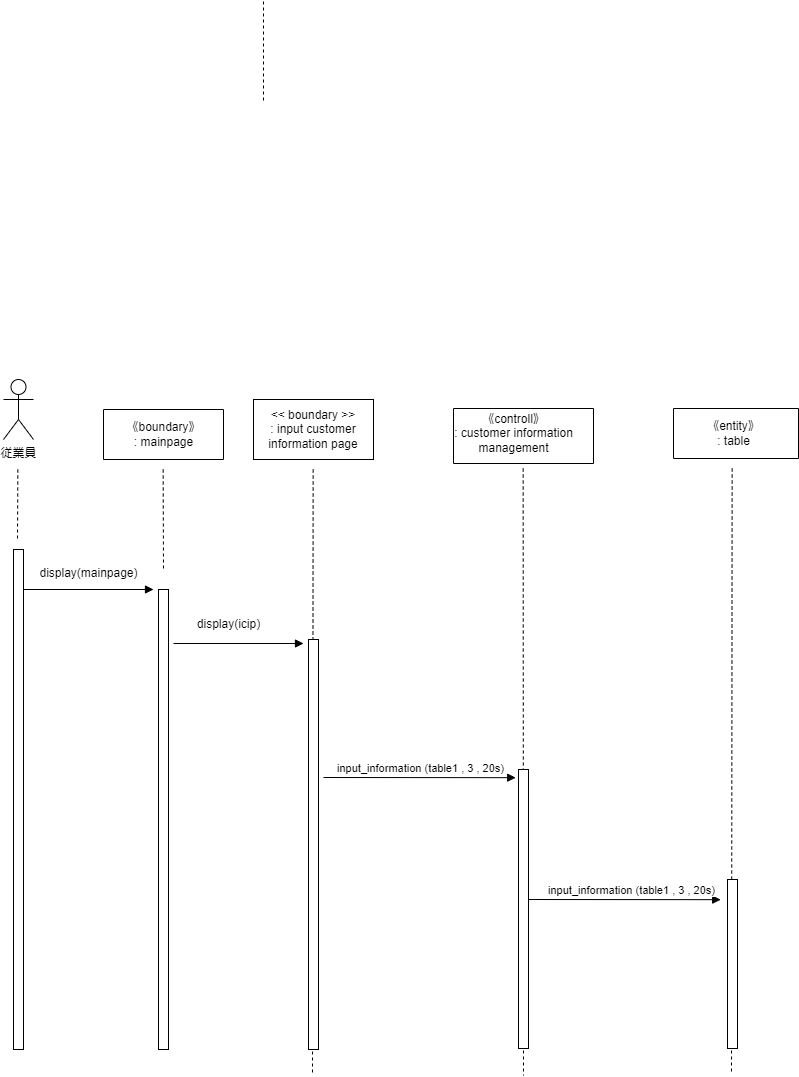
The draw.io diagram psp4/シーケンス図/シーケンス図_新規客.drawio.png in MasakiHiguchi/---, before a commit. Source tidied: cells renumbered, new cells last; positions are measured from the earlier drawing's top-left corner, leaving out a move shared by most shapes.
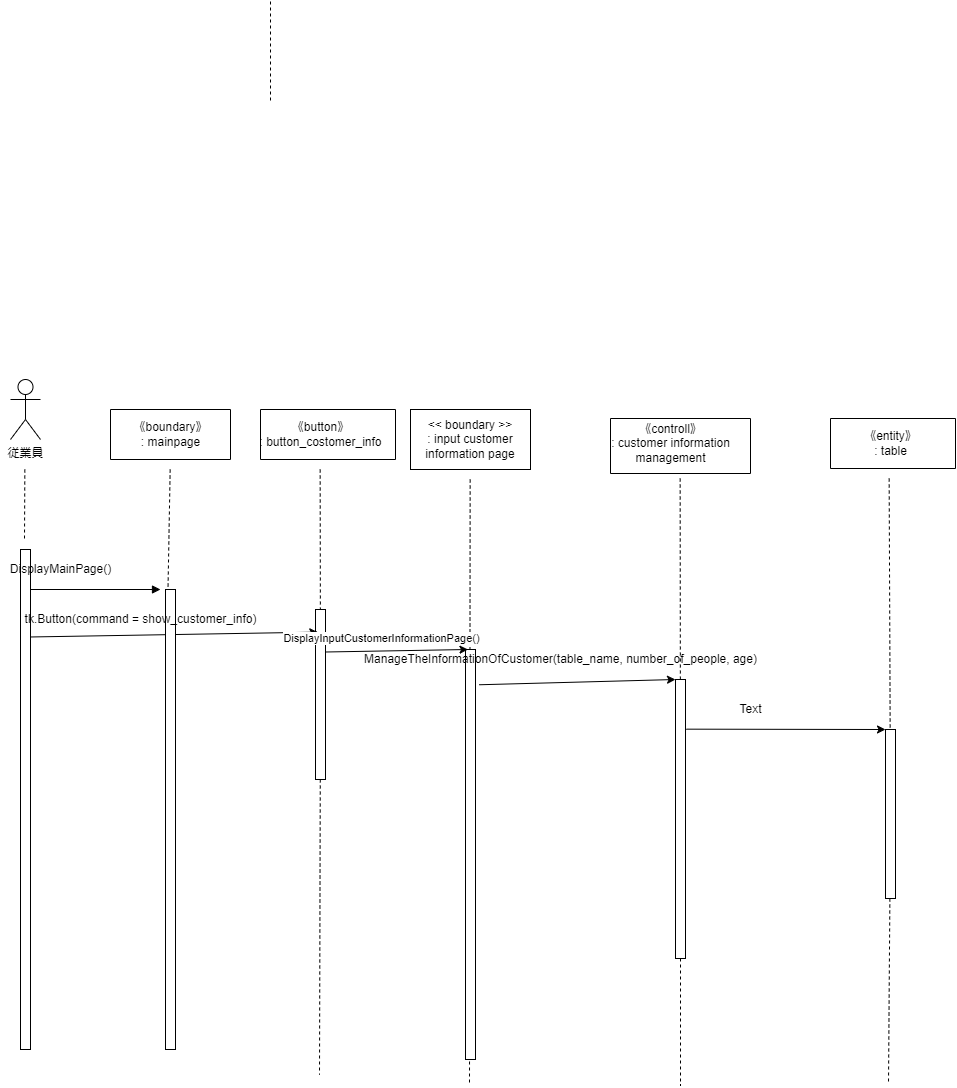
The same file after the commit.

Diff of the diagram source:
```diff
@@ -2,6 +2,9 @@
   <root>
     <mxCell id="0" />
     <mxCell id="1" parent="0" />
+    <mxCell id="29" style="rounded=0;whiteSpace=wrap;html=1;" parent="1" vertex="1">
+      <mxGeometry x="305" y="609" width="10" height="170" as="geometry" />
+    </mxCell>
     <mxCell id="2" style="endArrow=none;dashed=1;html=1;" parent="1" edge="1">
       <mxGeometry relative="1" as="geometry">
         <mxPoint x="260" y="100" as="sourcePoint" />
@@ -9,7 +12,7 @@
       </mxGeometry>
     </mxCell>
     <mxCell id="3" value="&amp;lt;&amp;lt; boundary &amp;gt;&amp;gt;&lt;br&gt;: input customer information page" style="rounded=0;whiteSpace=wrap;html=1;" parent="1" vertex="1">
-      <mxGeometry x="250" y="399" width="120" height="60" as="geometry" />
+      <mxGeometry x="400" y="409" width="120" height="60" as="geometry" />
     </mxCell>
     <mxCell id="4" value="従業員" style="shape=umlActor;verticalLabelPosition=bottom;verticalAlign=top;html=1;" parent="1" vertex="1">
       <mxGeometry y="379" width="30" height="60" as="geometry" />
@@ -20,6 +23,9 @@
         <mxPoint x="14" y="539" as="targetPoint" />
       </mxGeometry>
     </mxCell>
+    <mxCell id="30" style="edgeStyle=none;html=1;entryX=0.229;entryY=0.133;entryDx=0;entryDy=0;entryPerimeter=0;exitX=0.871;exitY=0.175;exitDx=0;exitDy=0;exitPerimeter=0;" parent="1" edge="1" source="6" target="29">
+      <mxGeometry relative="1" as="geometry" />
+    </mxCell>
     <mxCell id="6" style="rounded=0;whiteSpace=wrap;html=1;" parent="1" vertex="1">
       <mxGeometry x="10" y="549" width="10" height="500" as="geometry" />
     </mxCell>
@@ -38,84 +44,97 @@
     <mxCell id="10" style="rounded=0;whiteSpace=wrap;html=1;" parent="1" vertex="1">
       <mxGeometry x="155" y="589" width="10" height="460" as="geometry" />
     </mxCell>
-    <mxCell id="11" style="edgeStyle=none;html=1;endArrow=none;endFill=0;dashed=1;" parent="1" edge="1">
+    <mxCell id="11" style="edgeStyle=none;html=1;endArrow=none;endFill=0;dashed=1;entryX=0.25;entryY=0;entryDx=0;entryDy=0;" parent="1" edge="1" target="10">
       <mxGeometry relative="1" as="geometry">
         <mxPoint x="159.7" y="469" as="sourcePoint" />
-        <mxPoint x="160" y="569" as="targetPoint" />
       </mxGeometry>
     </mxCell>
     <mxCell id="12" style="swimlane;startSize=0;" parent="1" vertex="1">
-      <mxGeometry x="450" y="408" width="140" height="55" as="geometry" />
+      <mxGeometry x="600" y="418" width="140" height="55" as="geometry" />
     </mxCell>
     <mxCell id="13" value="《controll》&lt;br&gt;: customer information &lt;br&gt;management" style="text;html=1;align=center;verticalAlign=middle;strokeColor=none;fillColor=none;" parent="12" vertex="1">
       <mxGeometry x="-10" y="-5" width="140" height="60" as="geometry" />
     </mxCell>
     <mxCell id="14" style="edgeStyle=none;html=1;endArrow=none;endFill=0;dashed=1;" parent="1" edge="1">
       <mxGeometry relative="1" as="geometry">
-        <mxPoint x="309.7" y="469" as="sourcePoint" />
-        <mxPoint x="309" y="1074.3" as="targetPoint" />
+        <mxPoint x="459.7" y="479" as="sourcePoint" />
+        <mxPoint x="459" y="1084.3" as="targetPoint" />
       </mxGeometry>
     </mxCell>
+    <mxCell id="31" style="edgeStyle=none;html=1;entryX=0;entryY=0;entryDx=0;entryDy=0;exitX=1.371;exitY=0.086;exitDx=0;exitDy=0;exitPerimeter=0;" parent="1" edge="1" source="15" target="17">
+      <mxGeometry relative="1" as="geometry" />
+    </mxCell>
     <mxCell id="15" style="rounded=0;whiteSpace=wrap;html=1;" parent="1" vertex="1">
-      <mxGeometry x="305" y="639" width="10" height="410" as="geometry" />
+      <mxGeometry x="455" y="649" width="10" height="410" as="geometry" />
     </mxCell>
-    <mxCell id="16" style="edgeStyle=none;html=1;endArrow=none;endFill=0;dashed=1;" parent="1" edge="1">
+    <mxCell id="16" style="edgeStyle=none;html=1;endArrow=none;endFill=0;dashed=1;startArrow=none;" parent="1" edge="1" source="17">
       <mxGeometry relative="1" as="geometry">
-        <mxPoint x="519.7" y="468" as="sourcePoint" />
-        <mxPoint x="520" y="1075" as="targetPoint" />
+        <mxPoint x="670" y="1085" as="targetPoint" />
       </mxGeometry>
     </mxCell>
-    <mxCell id="17" style="rounded=0;whiteSpace=wrap;html=1;" parent="1" vertex="1">
-      <mxGeometry x="515" y="769" width="10" height="279" as="geometry" />
-    </mxCell>
-    <mxCell id="18" value="display(mainpage)" style="text;html=1;align=center;verticalAlign=middle;strokeColor=none;fillColor=none;" parent="1" vertex="1">
-      <mxGeometry x="25" y="558" width="120" height="30" as="geometry" />
-    </mxCell>
-    <mxCell id="19" style="edgeStyle=none;html=1;endArrow=block;endFill=1;" parent="1" edge="1">
-      <mxGeometry relative="1" as="geometry">
-        <mxPoint x="170" y="643" as="sourcePoint" />
-        <mxPoint x="300" y="643" as="targetPoint" />
-      </mxGeometry>
-    </mxCell>
-    <mxCell id="20" style="edgeStyle=none;html=1;endArrow=block;endFill=1;entryX=0.919;entryY=0.939;entryDx=0;entryDy=0;entryPerimeter=0;" parent="1" edge="1">
-      <mxGeometry relative="1" as="geometry">
-        <mxPoint x="320" y="777" as="sourcePoint" />
-        <mxPoint x="512.2" y="777.2" as="targetPoint" />
-      </mxGeometry>
-    </mxCell>
-    <mxCell id="21" value="input_information (table1 , 3 , 20s)" style="edgeLabel;html=1;align=center;verticalAlign=middle;" parent="20" vertex="1">
-      <mxGeometry x="0.3" y="9" relative="1" as="geometry">
-        <mxPoint x="-28" as="offset" />
-      </mxGeometry>
-    </mxCell>
     <mxCell id="22" style="swimlane;startSize=0;" parent="1" vertex="1">
-      <mxGeometry x="670" y="408" width="125" height="50" as="geometry" />
+      <mxGeometry x="820" y="418" width="125" height="50" as="geometry" />
     </mxCell>
     <mxCell id="23" value="《entity》&lt;br&gt;: table" style="text;html=1;align=center;verticalAlign=middle;strokeColor=none;fillColor=none;" parent="22" vertex="1">
       <mxGeometry x="20" y="5" width="80" height="40" as="geometry" />
     </mxCell>
-    <mxCell id="24" style="edgeStyle=none;html=1;endArrow=none;endFill=0;dashed=1;" parent="1" edge="1">
+    <mxCell id="24" style="edgeStyle=none;html=1;endArrow=none;endFill=0;dashed=1;startArrow=none;" parent="1" edge="1" source="25">
       <mxGeometry relative="1" as="geometry">
-        <mxPoint x="728.7" y="468" as="sourcePoint" />
-        <mxPoint x="728" y="1073.3" as="targetPoint" />
+        <mxPoint x="878" y="1083.3" as="targetPoint" />
       </mxGeometry>
     </mxCell>
+    <mxCell id="32" style="edgeStyle=none;html=1;endArrow=none;endFill=0;dashed=1;startArrow=none;" parent="1" edge="1" source="29">
+      <mxGeometry relative="1" as="geometry">
+        <mxPoint x="309" y="1074.3" as="targetPoint" />
+      </mxGeometry>
+    </mxCell>
+    <mxCell id="33" style="swimlane;startSize=0;" parent="1" vertex="1">
+      <mxGeometry x="250" y="409" width="135" height="50" as="geometry" />
+    </mxCell>
+    <mxCell id="34" value="《button》&lt;br&gt;: button_costomer_info" style="text;html=1;align=center;verticalAlign=middle;strokeColor=none;fillColor=none;" parent="33" vertex="1">
+      <mxGeometry x="-15" y="5" width="150" height="40" as="geometry" />
+    </mxCell>
+    <mxCell id="35" style="edgeStyle=none;html=1;endArrow=none;endFill=0;dashed=1;" parent="1" edge="1" target="29">
+      <mxGeometry relative="1" as="geometry">
+        <mxPoint x="309.7" y="469" as="sourcePoint" />
+      </mxGeometry>
+    </mxCell>
+    <mxCell id="36" style="edgeStyle=none;html=1;entryX=0.25;entryY=0;entryDx=0;entryDy=0;exitX=1;exitY=0.25;exitDx=0;exitDy=0;" parent="1" edge="1" source="29" target="15">
+      <mxGeometry relative="1" as="geometry" />
+    </mxCell>
+    <mxCell id="37" value="DisplayInputCustomerInformationPage()" style="edgeLabel;html=1;align=center;verticalAlign=middle;" parent="36" vertex="1">
+      <mxGeometry x="-0.22" y="13" relative="1" as="geometry" />
+    </mxCell>
+    <mxCell id="38" value="DisplayMainPage()" style="text;html=1;align=center;verticalAlign=middle;strokeColor=none;fillColor=none;" parent="1" vertex="1">
+      <mxGeometry x="-10" y="554" width="120" height="30" as="geometry" />
+    </mxCell>
+    <mxCell id="39" value="tk.Button(command = show_customer_info)" style="text;html=1;align=center;verticalAlign=middle;strokeColor=none;fillColor=none;" parent="1" vertex="1">
+      <mxGeometry y="604" width="260" height="30" as="geometry" />
+    </mxCell>
+    <mxCell id="40" style="edgeStyle=none;html=1;endArrow=none;endFill=0;dashed=1;" parent="1" edge="1" target="17">
+      <mxGeometry relative="1" as="geometry">
+        <mxPoint x="669.7" y="478" as="sourcePoint" />
+      </mxGeometry>
+    </mxCell>
+    <mxCell id="41" style="edgeStyle=none;html=1;entryX=0;entryY=0;entryDx=0;entryDy=0;exitX=1.086;exitY=0.178;exitDx=0;exitDy=0;exitPerimeter=0;" parent="1" edge="1" source="17" target="25">
+      <mxGeometry relative="1" as="geometry" />
+    </mxCell>
+    <mxCell id="17" style="rounded=0;whiteSpace=wrap;html=1;" parent="1" vertex="1">
+      <mxGeometry x="665" y="679" width="10" height="279" as="geometry" />
+    </mxCell>
+    <mxCell id="42" value="ManageTheInformationOfCustomer(table_name, number_of_people, age)" style="text;html=1;align=center;verticalAlign=middle;strokeColor=none;fillColor=none;" parent="1" vertex="1">
+      <mxGeometry x="340" y="644" width="420" height="30" as="geometry" />
+    </mxCell>
+    <mxCell id="43" style="edgeStyle=none;html=1;endArrow=none;endFill=0;dashed=1;" parent="1" edge="1" target="25">
+      <mxGeometry relative="1" as="geometry">
+        <mxPoint x="878.7" y="478" as="sourcePoint" />
+      </mxGeometry>
+    </mxCell>
     <mxCell id="25" style="rounded=0;whiteSpace=wrap;html=1;" parent="1" vertex="1">
-      <mxGeometry x="724" y="879" width="10" height="169" as="geometry" />
+      <mxGeometry x="875" y="729" width="10" height="169" as="geometry" />
     </mxCell>
-    <mxCell id="26" value="display(icip)" style="text;html=1;align=center;verticalAlign=middle;strokeColor=none;fillColor=none;" parent="1" vertex="1">
-      <mxGeometry x="180" y="609" width="90" height="30" as="geometry" />
-    </mxCell>
-    <mxCell id="27" style="edgeStyle=none;html=1;endArrow=block;endFill=1;entryX=0.919;entryY=0.939;entryDx=0;entryDy=0;entryPerimeter=0;" parent="1" edge="1">
-      <mxGeometry relative="1" as="geometry">
-        <mxPoint x="525" y="899" as="sourcePoint" />
-        <mxPoint x="717.2" y="899.2" as="targetPoint" />
-      </mxGeometry>
-    </mxCell>
-    <mxCell id="28" value="input_information (table1 , 3 , 20s)" style="edgeLabel;html=1;align=center;verticalAlign=middle;" parent="27" vertex="1">
-      <mxGeometry x="0.3" y="9" relative="1" as="geometry">
-        <mxPoint x="-22" as="offset" />
-      </mxGeometry>
-    </mxCell>
+    <mxCell id="44" value="Text" style="text;html=1;align=center;verticalAlign=middle;strokeColor=none;fillColor=none;" parent="1" vertex="1">
+      <mxGeometry x="715" y="694" width="50" height="30" as="geometry" />
+    </mxCell>
   </root>
 </mxGraphModel>
```
